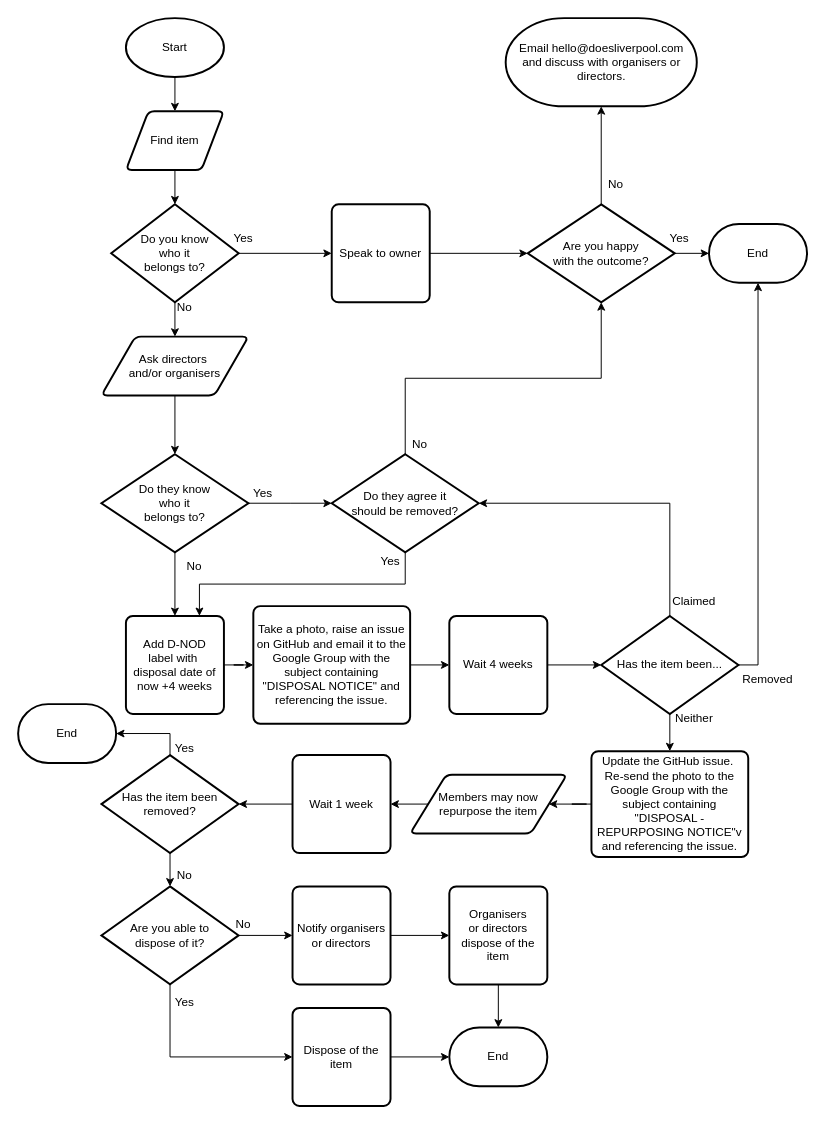
The draw.io diagram Notices/D-NOD process.drawio in DoESLiverpool/somewhere-safe, before the edit. Source tidied: cells renumbered, new cells numbered last; positions are measured from the earlier drawing's top-left corner, leaving out a move shared by most shapes. Both pictures are drawn from the tidied source at 98%, with x=0, y=0 at pixel (18, 18).
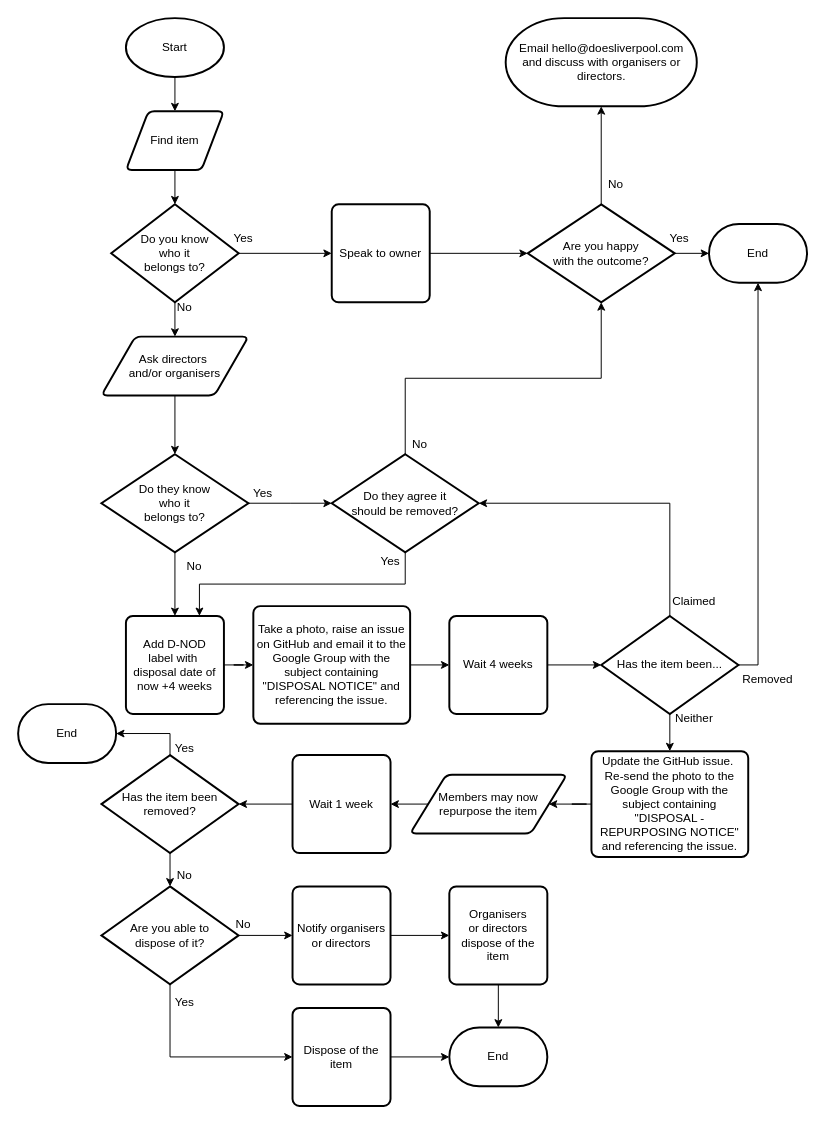
The same diagram, later.

Commit message (it also covers changes not shown here):
Remove typo in D-NOD process

What changed in the source:
```diff
@@
-    <mxCell id="41" value="Update the GitHub issue.&amp;nbsp; Re-send the photo to the Google Group with the subject containing &quot;DISPOSAL - REPURPOSING NOTICE&quot;v and referencing the issue." style="rounded=1;whiteSpace=wrap;html=1;absoluteArcSize=1;arcSize=14;strokeWidth=2;" parent="1" vertex="1">
+    <mxCell id="41" value="Update the GitHub issue.&amp;nbsp; Re-send the photo to the Google Group with the subject containing &quot;DISPOSAL - REPURPOSING NOTICE&quot; and referencing the issue." style="rounded=1;whiteSpace=wrap;html=1;absoluteArcSize=1;arcSize=14;strokeWidth=2;" parent="1" vertex="1">
       <mxGeometry x="585" y="748" width="160" height="108" as="geometry" />
     </mxCell>
```
